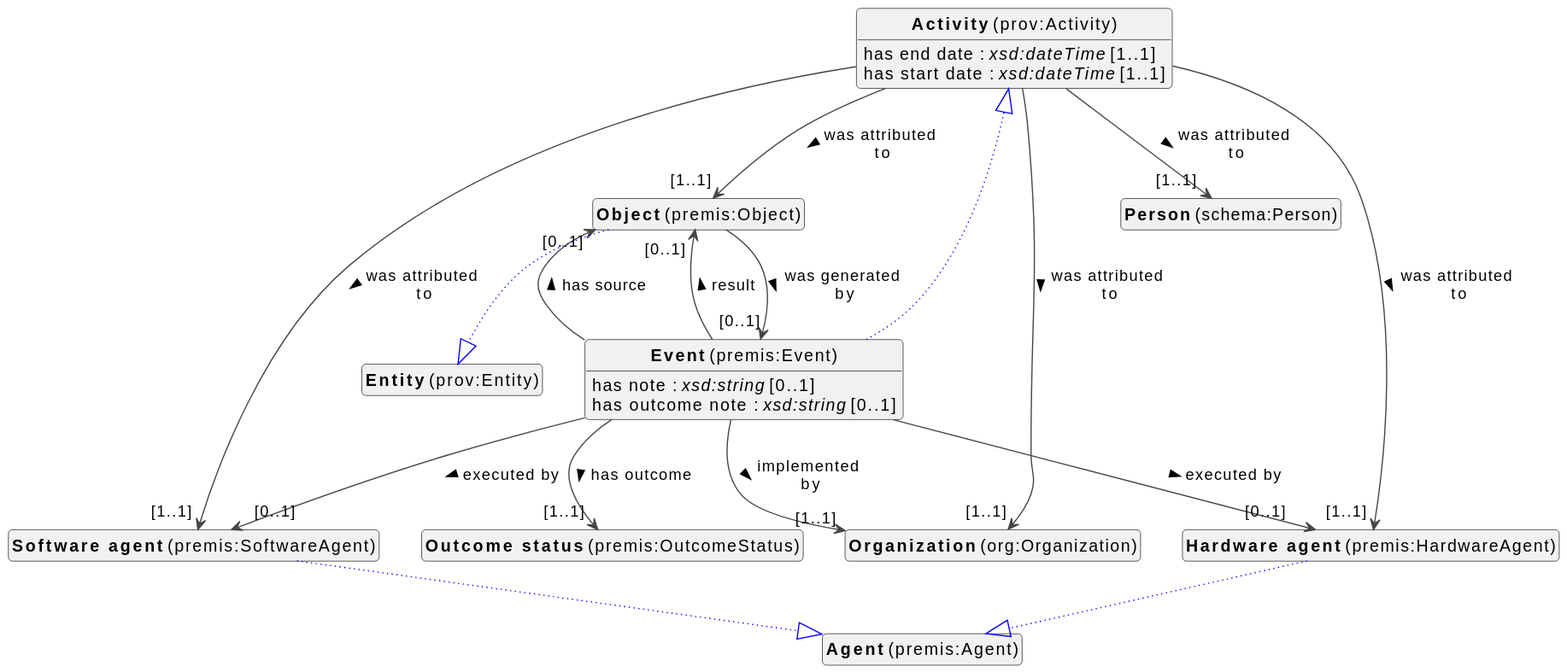
This is docs/metadata/modellen/events-diagram.svg from viaacode/documentation-jekyll, a PlantUML export, as it was before one commit.
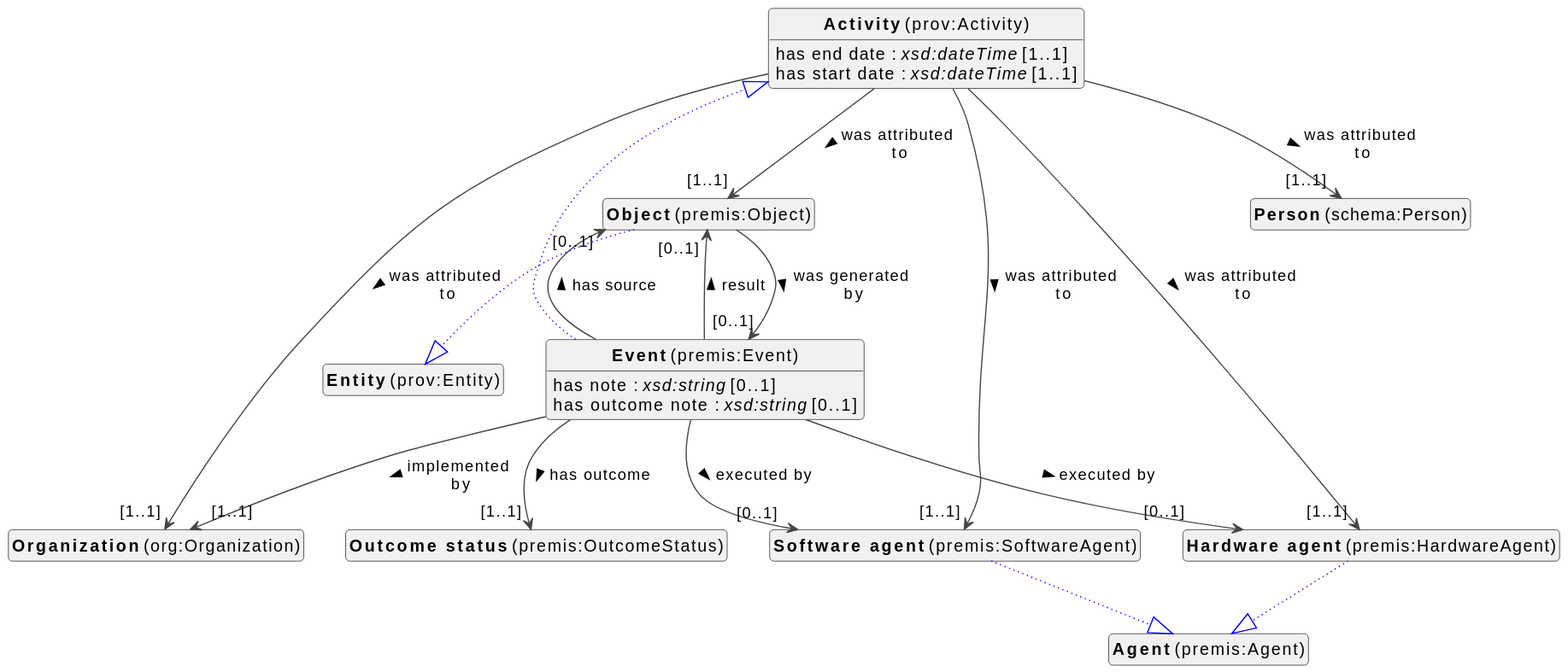
The same file after the commit.

The edit, as a diff of the source:
```diff
@@ -13,13 +13,13 @@
 class "<b>Activity</b> (prov:Activity)" as prov_Activity [[#prov%3AActivity]]
 class "<b>Object</b> (premis:Object)" as premis_Object [[#premis%3AObject]]
 class "<b>Entity</b> (prov:Entity)" as prov_Entity [[#prov%3AEntity]]
+class "<b>Person</b> (schema:Person)" as schema_Person [[#schema%3APerson]]
+class "<b>Organization</b> (org:Organization)" as org_Organization [[#org%3AOrganization]]
 class "<b>Software agent</b> (premis:SoftwareAgent)" as premis_SoftwareAgent [[#premis%3ASoftwareAgent]]
 class "<b>Agent</b> (premis:Agent)" as premis_Agent [[#premis%3AAgent]]
 class "<b>Hardware agent</b> (premis:HardwareAgent)" as premis_HardwareAgent [[#premis%3AHardwareAgent]]
 class "<b>Agent</b> (premis:Agent)" as premis_Agent [[#premis%3AAgent]]
 class "<b>Outcome status</b> (premis:OutcomeStatus)" as premis_OutcomeStatus [[#premis%3AOutcomeStatus]]
-class "<b>Organization</b> (org:Organization)" as org_Organization [[#org%3AOrganization]]
-class "<b>Person</b> (schema:Person)" as schema_Person [[#schema%3APerson]]
 
 
 prov_Activity : has end date : <i>xsd:dateTime</i> [1..1]
@@ -57,6 +57,10 @@
 
 premis_Object --> "[0..1]" premis_Event : was generated by >
 
+
+
+
+
 premis_SoftwareAgent --|> premis_Agent #blue;line.dotted;text:blue
 
 
@@ -66,10 +70,6 @@
 
 
 
-
-
-
-
 hide circle
 hide methods
 hide empty members
```
